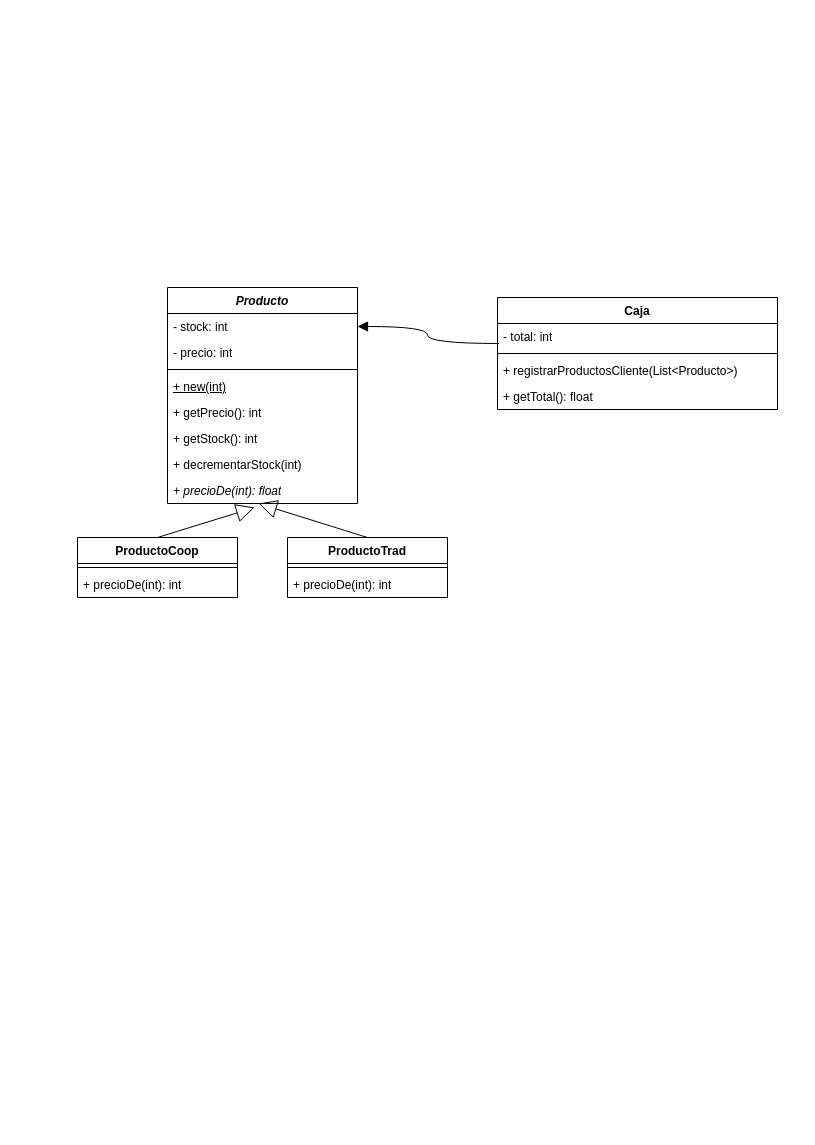
Above: src/tp5/tp5-2.drawio in Matias-Francisco-Deo/Objetos-II (draw.io), before the change. Source tidied: cells renumbered, new cells numbered last; positions are measured from the earlier drawing's top-left corner, leaving out a move shared by most shapes. Both pictures are drawn from the tidied source at 100%, with x=0, y=0 at pixel (77, 287).
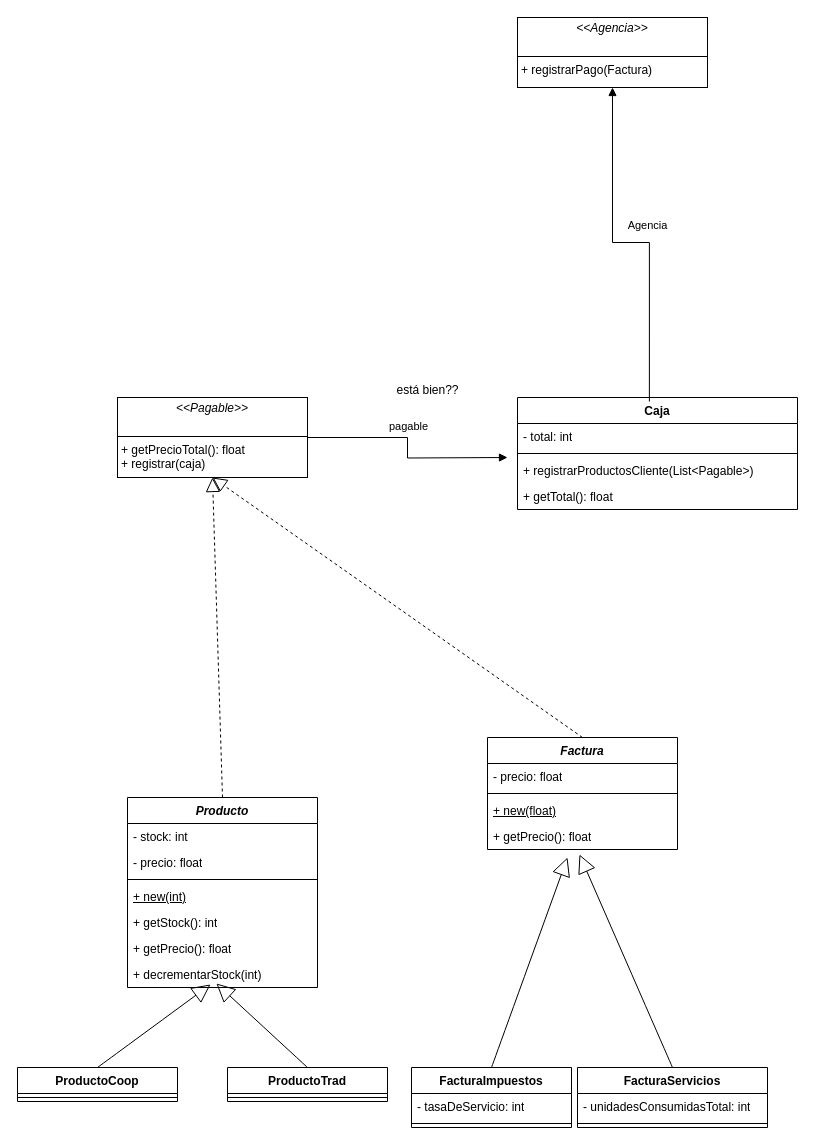
After the change.

The change refers to these unchanged cells:
```xml
<mxCell id="3" value="- total: int" style="text;strokeColor=none;fillColor=none;align=left;verticalAlign=top;spacingLeft=4;spacingRight=4;overflow=hidden;points=[[0,0.5],[1,0.5]];portConstraint=eastwest;whiteSpace=wrap;html=1;" parent="2" vertex="1">
  <mxGeometry y="26" width="280" height="26" as="geometry" />
</mxCell>
<mxCell id="8" value="- stock: int" style="text;strokeColor=none;fillColor=none;align=left;verticalAlign=top;spacingLeft=4;spacingRight=4;overflow=hidden;points=[[0,0.5],[1,0.5]];portConstraint=eastwest;whiteSpace=wrap;html=1;" parent="7" vertex="1">
  <mxGeometry y="26" width="190" height="26" as="geometry" />
</mxCell>
<mxCell id="14" value="+ decrementarStock(int)" style="text;strokeColor=none;fillColor=none;align=left;verticalAlign=top;spacingLeft=4;spacingRight=4;overflow=hidden;points=[[0,0.5],[1,0.5]];portConstraint=eastwest;whiteSpace=wrap;html=1;fontStyle=0;" parent="7" vertex="1">
  <mxGeometry y="164" width="190" height="26" as="geometry" />
</mxCell>
```

What changed in the source:
```diff
@@
     <mxCell id="2" value="Caja" style="swimlane;fontStyle=1;align=center;verticalAlign=top;horizontal=1;startSize=26;whiteSpace=wrap;html=1;" parent="1" vertex="1">
-      <mxGeometry x="420" y="10" width="280" height="112" as="geometry" />
+      <mxGeometry x="440" y="110" width="280" height="112" as="geometry" />
     </mxCell>
@@
-    <mxCell id="5" value="+ registrarProductosCliente(List&amp;lt;Producto&amp;gt;)" style="text;strokeColor=none;fillColor=none;align=left;verticalAlign=top;spacingLeft=4;spacingRight=4;overflow=hidden;whiteSpace=wrap;html=1;" parent="2" vertex="1">
+    <mxCell id="5" value="+ registrarProductosCliente(List&amp;lt;Pagable&amp;gt;)" style="text;strokeColor=none;fillColor=none;align=left;verticalAlign=top;spacingLeft=4;spacingRight=4;overflow=hidden;whiteSpace=wrap;html=1;" parent="2" vertex="1">
       <mxGeometry y="60" width="280" height="26" as="geometry" />
     </mxCell>
@@
     <mxCell id="7" value="&lt;i&gt;Producto&lt;/i&gt;" style="swimlane;fontStyle=1;align=center;verticalAlign=top;horizontal=1;startSize=26;whiteSpace=wrap;html=1;" parent="1" vertex="1">
-      <mxGeometry x="90" width="190" height="216" as="geometry" />
+      <mxGeometry x="50" y="510" width="190" height="190" as="geometry" />
     </mxCell>
@@
-    <mxCell id="9" value="- precio: int" style="text;strokeColor=none;fillColor=none;align=left;verticalAlign=top;spacingLeft=4;spacingRight=4;overflow=hidden;whiteSpace=wrap;html=1;" parent="7" vertex="1">
+    <mxCell id="9" value="- precio: float" style="text;strokeColor=none;fillColor=none;align=left;verticalAlign=top;spacingLeft=4;spacingRight=4;overflow=hidden;whiteSpace=wrap;html=1;" parent="7" vertex="1">
       <mxGeometry y="52" width="190" height="26" as="geometry" />
     </mxCell>
@@
-    <mxCell id="12" value="+ getPrecio(): int" style="text;strokeColor=none;fillColor=none;align=left;verticalAlign=top;spacingLeft=4;spacingRight=4;overflow=hidden;whiteSpace=wrap;html=1;" parent="7" vertex="1">
-      <mxGeometry y="112" width="190" height="26" as="geometry" />
-    </mxCell>
     <mxCell id="13" value="+ getStock(): int" style="text;strokeColor=none;fillColor=none;align=left;verticalAlign=top;spacingLeft=4;spacingRight=4;overflow=hidden;whiteSpace=wrap;html=1;" parent="7" vertex="1">
-      <mxGeometry y="138" width="190" height="26" as="geometry" />
+      <mxGeometry y="112" width="190" height="26" as="geometry" />
     </mxCell>
+    <mxCell id="25" value="+ getPrecio(): float" style="text;strokeColor=none;fillColor=none;align=left;verticalAlign=top;spacingLeft=4;spacingRight=4;overflow=hidden;whiteSpace=wrap;html=1;fontStyle=0;" parent="7" vertex="1">
+      <mxGeometry y="138" width="190" height="26" as="geometry" />
+    </mxCell>
@@
-    <mxCell id="15" value="+ precioDe(int): float" style="text;strokeColor=none;fillColor=none;align=left;verticalAlign=top;spacingLeft=4;spacingRight=4;overflow=hidden;points=[[0,0.5],[1,0.5]];portConstraint=eastwest;whiteSpace=wrap;html=1;fontStyle=2;" parent="7" vertex="1">
-      <mxGeometry y="190" width="190" height="26" as="geometry" />
-    </mxCell>
     <mxCell id="16" value="ProductoCoop" style="swimlane;fontStyle=1;align=center;verticalAlign=top;horizontal=1;startSize=26;whiteSpace=wrap;html=1;" parent="1" vertex="1">
-      <mxGeometry y="250" width="160" height="60" as="geometry" />
+      <mxGeometry x="-60" y="780" width="160" height="34" as="geometry" />
     </mxCell>
@@
-    <mxCell id="18" value="+ precioDe(int): int" style="text;strokeColor=none;fillColor=none;align=left;verticalAlign=top;spacingLeft=4;spacingRight=4;overflow=hidden;whiteSpace=wrap;html=1;fontStyle=0;" parent="16" vertex="1">
-      <mxGeometry y="34" width="160" height="26" as="geometry" />
-    </mxCell>
     <mxCell id="19" value="ProductoTrad" style="swimlane;fontStyle=1;align=center;verticalAlign=top;horizontal=1;startSize=26;whiteSpace=wrap;html=1;" parent="1" vertex="1">
-      <mxGeometry x="210" y="250" width="160" height="60" as="geometry" />
+      <mxGeometry x="150" y="780" width="160" height="34" as="geometry" />
     </mxCell>
@@
-    <mxCell id="21" value="+ precioDe(int): int" style="text;strokeColor=none;fillColor=none;align=left;verticalAlign=top;spacingLeft=4;spacingRight=4;overflow=hidden;whiteSpace=wrap;html=1;fontStyle=0;" parent="19" vertex="1">
-      <mxGeometry y="34" width="160" height="26" as="geometry" />
-    </mxCell>
-    <mxCell id="22" style="endArrow=block;endFill=1;html=1;edgeStyle=orthogonalEdgeStyle;align=left;verticalAlign=top;rounded=0;fontSize=12;startSize=8;endSize=8;curved=1;exitX=0.006;exitY=0.769;exitDx=0;exitDy=0;exitPerimeter=0;entryX=1;entryY=0.5;entryDx=0;entryDy=0;" parent="1" edge="1" source="3" target="8">
-      <mxGeometry x="-1" relative="1" as="geometry" />
-    </mxCell>
-    <mxCell id="23" style="endArrow=block;endSize=16;endFill=0;html=1;rounded=0;fontSize=12;curved=1;exitX=0.5;exitY=0;exitDx=0;exitDy=0;entryX=0.458;entryY=1.154;entryDx=0;entryDy=0;entryPerimeter=0;" parent="1" edge="1" source="16" target="15">
+    <mxCell id="23" style="endArrow=block;endSize=16;endFill=0;html=1;rounded=0;fontSize=12;curved=1;exitX=0.5;exitY=0;exitDx=0;exitDy=0;entryX=0.437;entryY=0.885;entryDx=0;entryDy=0;entryPerimeter=0;" parent="1" edge="1" source="16" target="14">
       <mxGeometry relative="1" as="geometry" />
     </mxCell>
-    <mxCell id="24" style="endArrow=block;endSize=16;endFill=0;html=1;rounded=0;fontSize=12;curved=1;exitX=0.5;exitY=0;exitDx=0;exitDy=0;entryX=0.479;entryY=1;entryDx=0;entryDy=0;entryPerimeter=0;" parent="1" edge="1" source="19" target="15">
+    <mxCell id="24" style="endArrow=block;endSize=16;endFill=0;html=1;rounded=0;fontSize=12;curved=1;exitX=0.5;exitY=0;exitDx=0;exitDy=0;entryX=0.468;entryY=0.846;entryDx=0;entryDy=0;entryPerimeter=0;" parent="1" edge="1" source="19" target="14">
       <mxGeometry relative="1" as="geometry" />
     </mxCell>
+    <mxCell id="26" value="&lt;p style=&quot;margin:0px;margin-top:4px;text-align:center;&quot;&gt;&lt;i&gt;&amp;lt;&amp;lt;Pagable&amp;gt;&amp;gt;&lt;/i&gt;&lt;br&gt;&lt;/p&gt;&lt;br&gt;&lt;hr size=&quot;1&quot; style=&quot;border-style:solid;&quot;&gt;&lt;p style=&quot;margin:0px;margin-left:4px;&quot;&gt;+ getPrecioTotal(): float&lt;br&gt;&lt;/p&gt;&lt;p style=&quot;margin:0px;margin-left:4px;&quot;&gt;+ registrar(caja)&lt;br&gt;&lt;/p&gt;" style="verticalAlign=top;align=left;overflow=fill;html=1;whiteSpace=wrap;" parent="1" vertex="1">
+      <mxGeometry x="40" y="110" width="190" height="80" as="geometry" />
+    </mxCell>
+    <mxCell id="27" style="endArrow=block;dashed=1;endFill=0;endSize=12;html=1;rounded=0;exitX=0.5;exitY=0;exitDx=0;exitDy=0;entryX=0.5;entryY=1;entryDx=0;entryDy=0;" parent="1" edge="1" source="7" target="26">
+      <mxGeometry relative="1" as="geometry" />
+    </mxCell>
+    <mxCell id="28" value="&lt;i&gt;Factura&lt;/i&gt;" style="swimlane;fontStyle=1;align=center;verticalAlign=top;horizontal=1;startSize=26;whiteSpace=wrap;html=1;" parent="1" vertex="1">
+      <mxGeometry x="410" y="450" width="190" height="112" as="geometry" />
+    </mxCell>
+    <mxCell id="29" value="- precio: float" style="text;strokeColor=none;fillColor=none;align=left;verticalAlign=top;spacingLeft=4;spacingRight=4;overflow=hidden;whiteSpace=wrap;html=1;" parent="28" vertex="1">
+      <mxGeometry y="26" width="190" height="26" as="geometry" />
+    </mxCell>
+    <mxCell id="30" style="line;strokeWidth=1;fillColor=none;align=left;verticalAlign=middle;spacingTop=-1;spacingLeft=3;spacingRight=3;labelPosition=right;strokeColor=inherit;" parent="28" vertex="1">
+      <mxGeometry y="52" width="190" height="8" as="geometry" />
+    </mxCell>
+    <mxCell id="31" value="+ new(float)" style="text;strokeColor=none;fillColor=none;align=left;verticalAlign=top;spacingLeft=4;spacingRight=4;overflow=hidden;whiteSpace=wrap;html=1;fontStyle=4;" parent="28" vertex="1">
+      <mxGeometry y="60" width="190" height="26" as="geometry" />
+    </mxCell>
+    <mxCell id="32" value="+ getPrecio(): float" style="text;strokeColor=none;fillColor=none;align=left;verticalAlign=top;spacingLeft=4;spacingRight=4;overflow=hidden;points=[[0,0.5],[1,0.5]];portConstraint=eastwest;whiteSpace=wrap;html=1;fontStyle=0;" parent="28" vertex="1">
+      <mxGeometry y="86" width="190" height="26" as="geometry" />
+    </mxCell>
+    <mxCell id="33" style="endArrow=block;dashed=1;endFill=0;endSize=12;html=1;rounded=0;exitX=0.5;exitY=0;exitDx=0;exitDy=0;entryX=0.5;entryY=1;entryDx=0;entryDy=0;" parent="1" edge="1" source="28" target="26">
+      <mxGeometry relative="1" as="geometry" />
+    </mxCell>
+    <mxCell id="34" value="FacturaServicios" style="swimlane;fontStyle=1;align=center;verticalAlign=top;horizontal=1;startSize=26;whiteSpace=wrap;html=1;" parent="1" vertex="1">
+      <mxGeometry x="500" y="780" width="190" height="60" as="geometry" />
+    </mxCell>
+    <mxCell id="35" value="- unidadesConsumidasTotal: int" style="text;strokeColor=none;fillColor=none;align=left;verticalAlign=top;spacingLeft=4;spacingRight=4;overflow=hidden;whiteSpace=wrap;html=1;" parent="34" vertex="1">
+      <mxGeometry y="26" width="190" height="26" as="geometry" />
+    </mxCell>
+    <mxCell id="36" style="line;strokeWidth=1;fillColor=none;align=left;verticalAlign=middle;spacingTop=-1;spacingLeft=3;spacingRight=3;labelPosition=right;strokeColor=inherit;" parent="34" vertex="1">
+      <mxGeometry y="52" width="190" height="8" as="geometry" />
+    </mxCell>
+    <mxCell id="37" value="FacturaImpuestos" style="swimlane;fontStyle=1;align=center;verticalAlign=top;horizontal=1;startSize=26;whiteSpace=wrap;html=1;" parent="1" vertex="1">
+      <mxGeometry x="334" y="780" width="160" height="60" as="geometry" />
+    </mxCell>
+    <mxCell id="38" value="- tasaDeServicio: int" style="text;strokeColor=none;fillColor=none;align=left;verticalAlign=top;spacingLeft=4;spacingRight=4;overflow=hidden;whiteSpace=wrap;html=1;" parent="37" vertex="1">
+      <mxGeometry y="26" width="160" height="26" as="geometry" />
+    </mxCell>
+    <mxCell id="39" style="line;strokeWidth=1;fillColor=none;align=left;verticalAlign=middle;spacingTop=-1;spacingLeft=3;spacingRight=3;labelPosition=right;strokeColor=inherit;" parent="37" vertex="1">
+      <mxGeometry y="52" width="160" height="8" as="geometry" />
+    </mxCell>
+    <mxCell id="40" style="endArrow=block;endSize=16;endFill=0;html=1;rounded=0;fontSize=12;curved=1;exitX=0.5;exitY=0;exitDx=0;exitDy=0;" parent="1" edge="1" source="37">
+      <mxGeometry relative="1" as="geometry">
+        <mxPoint x="490" y="570" as="targetPoint" />
+      </mxGeometry>
+    </mxCell>
+    <mxCell id="41" style="endArrow=block;endSize=16;endFill=0;html=1;rounded=0;fontSize=12;curved=1;exitX=0.5;exitY=0;exitDx=0;exitDy=0;entryX=0.484;entryY=1.192;entryDx=0;entryDy=0;entryPerimeter=0;" parent="1" edge="1" source="34" target="32">
+      <mxGeometry relative="1" as="geometry" />
+    </mxCell>
+    <mxCell id="42" style="endArrow=block;endFill=1;html=1;edgeStyle=orthogonalEdgeStyle;align=left;verticalAlign=top;rounded=0;exitX=1;exitY=0.5;exitDx=0;exitDy=0;" parent="1" edge="1" source="26">
+      <mxGeometry x="-1" relative="1" as="geometry">
+        <mxPoint x="430" y="170" as="targetPoint" />
+      </mxGeometry>
+    </mxCell>
+    <mxCell id="43" value="pagable" style="edgeLabel;html=1;align=center;verticalAlign=middle;" parent="42" vertex="1">
+      <mxGeometry x="-0.01" y="3" relative="1" as="geometry">
+        <mxPoint x="-3" y="-21" as="offset" />
+      </mxGeometry>
+    </mxCell>
+    <mxCell id="44" value="está bien??" style="text;html=1;align=center;verticalAlign=middle;strokeColor=none;fillColor=none;" parent="1" vertex="1">
+      <mxGeometry x="305" y="88" width="90" height="30" as="geometry" />
+    </mxCell>
+    <mxCell id="45" value="&lt;p style=&quot;margin:0px;margin-top:4px;text-align:center;&quot;&gt;&lt;i&gt;&amp;lt;&amp;lt;Agencia&amp;gt;&amp;gt;&lt;/i&gt;&lt;br&gt;&lt;/p&gt;&lt;br&gt;&lt;hr size=&quot;1&quot; style=&quot;border-style:solid;&quot;&gt;&lt;p style=&quot;margin:0px;margin-left:4px;&quot;&gt;+ registrarPago(Factura)&lt;br&gt;&lt;/p&gt;" style="verticalAlign=top;align=left;overflow=fill;html=1;whiteSpace=wrap;" parent="1" vertex="1">
+      <mxGeometry x="440" y="-270" width="190" height="70" as="geometry" />
+    </mxCell>
+    <mxCell id="46" style="endArrow=block;endFill=1;html=1;edgeStyle=orthogonalEdgeStyle;align=left;verticalAlign=top;rounded=0;exitX=0.471;exitY=0.036;exitDx=0;exitDy=0;entryX=0.5;entryY=1;entryDx=0;entryDy=0;exitPerimeter=0;" parent="1" edge="1" source="2" target="45">
+      <mxGeometry x="-1" relative="1" as="geometry" />
+    </mxCell>
+    <mxCell id="47" value="Agencia" style="edgeLabel;html=1;align=center;verticalAlign=middle;" parent="46" vertex="1">
+      <mxGeometry x="-0.01" y="3" relative="1" as="geometry">
+        <mxPoint x="13" y="-21" as="offset" />
+      </mxGeometry>
+    </mxCell>
```
